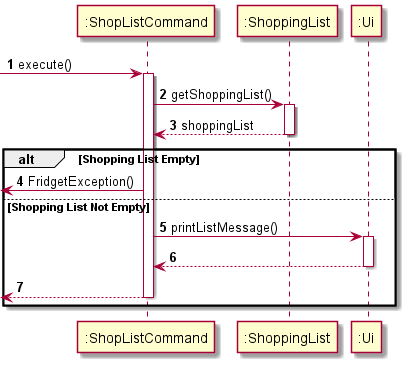
uosjapuelks/tp keeps this PlantUML diagram as docs/umlDiagrams/ShopListSequence.png. Above is the earlier version. Source of this version:
```plantuml
@startuml

autonumber

-> ":ShopListCommand": execute()
activate ":ShopListCommand"

":ShopListCommand" -> ":ShoppingList": getShoppingList()
activate ":ShoppingList"
":ShopListCommand" <-- ":ShoppingList": shoppingList
deactivate ":ShoppingList"

alt Shopping List Empty

    <- ":ShopListCommand": FridgetException()

else Shopping List Not Empty

    ":ShopListCommand" -> ":Ui": printListMessage()
    activate ":Ui"
    ":ShopListCommand" <-- ":Ui"
    deactivate ":Ui"

    <-- ":ShopListCommand"
    deactivate ":ShopListCommand"
end

@enduml
```
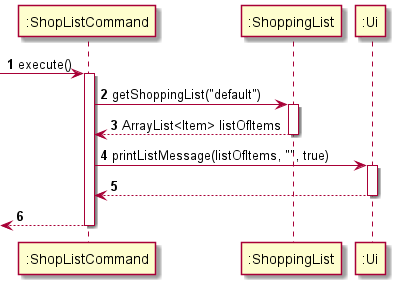
The same file after the commit.

Change to the diagram source:
```diff
@@ -5,24 +5,17 @@
 -> ":ShopListCommand": execute()
 activate ":ShopListCommand"
 
-":ShopListCommand" -> ":ShoppingList": getShoppingList()
+":ShopListCommand" -> ":ShoppingList": getShoppingList("default")
 activate ":ShoppingList"
-":ShopListCommand" <-- ":ShoppingList": shoppingList
+":ShopListCommand" <-- ":ShoppingList": ArrayList<Item> listOfItems
 deactivate ":ShoppingList"
 
-alt Shopping List Empty
+":ShopListCommand" -> ":Ui": printListMessage(listOfItems, "", true)
+activate ":Ui"
+":ShopListCommand" <-- ":Ui":
+deactivate ":Ui"
 
-    <- ":ShopListCommand": FridgetException()
-
-else Shopping List Not Empty
-
-    ":ShopListCommand" -> ":Ui": printListMessage()
-    activate ":Ui"
-    ":ShopListCommand" <-- ":Ui"
-    deactivate ":Ui"
-
-    <-- ":ShopListCommand"
-    deactivate ":ShopListCommand"
-end
+<-- ":ShopListCommand"
+deactivate ":ShopListCommand"
 
 @enduml
```
